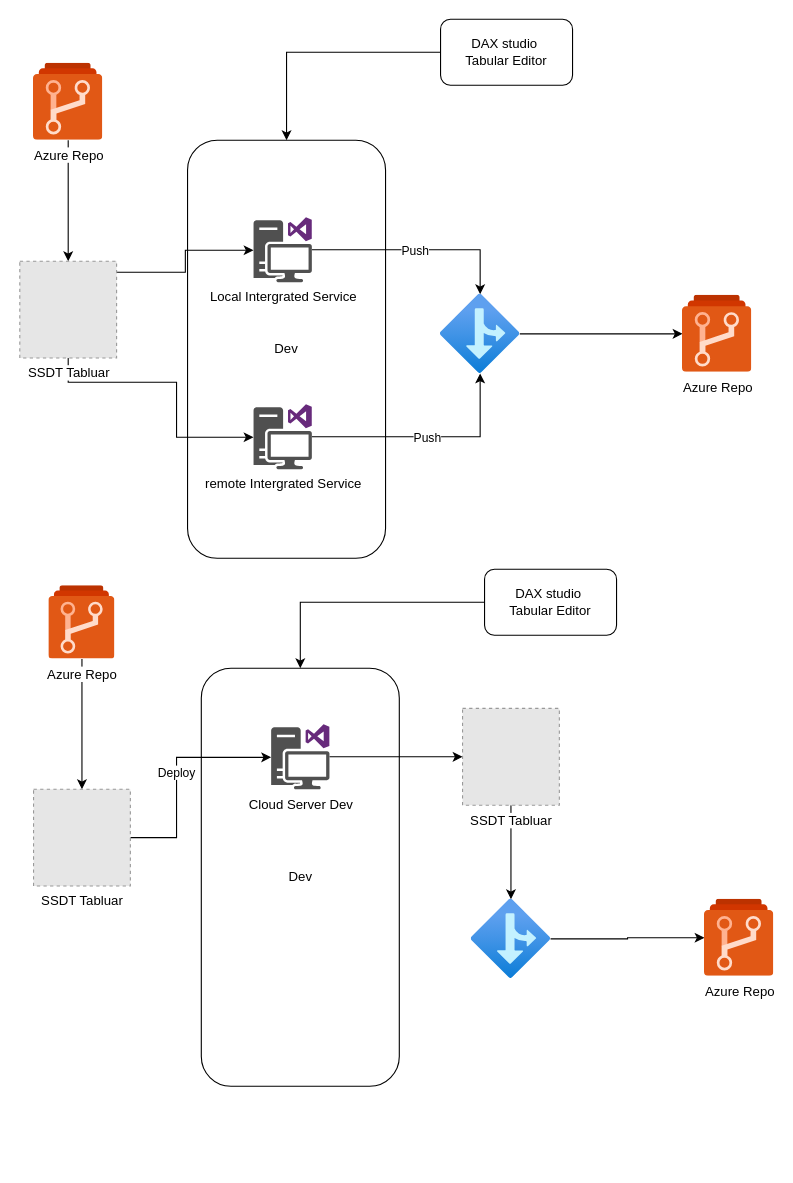
Ben47happyday/ben keeps this draw.io diagram as Untitled Diagram.drawio. Above is the earlier version. Source tidied: cells renumbered, new cells numbered last; positions are measured from the earlier drawing's top-left corner, leaving out a move shared by most shapes. Both pictures are drawn from the tidied source at 110%, with x=0, y=0 at pixel (20, 19). Pictures stored in the file or linked from it are replaced by grey dashed boxes.
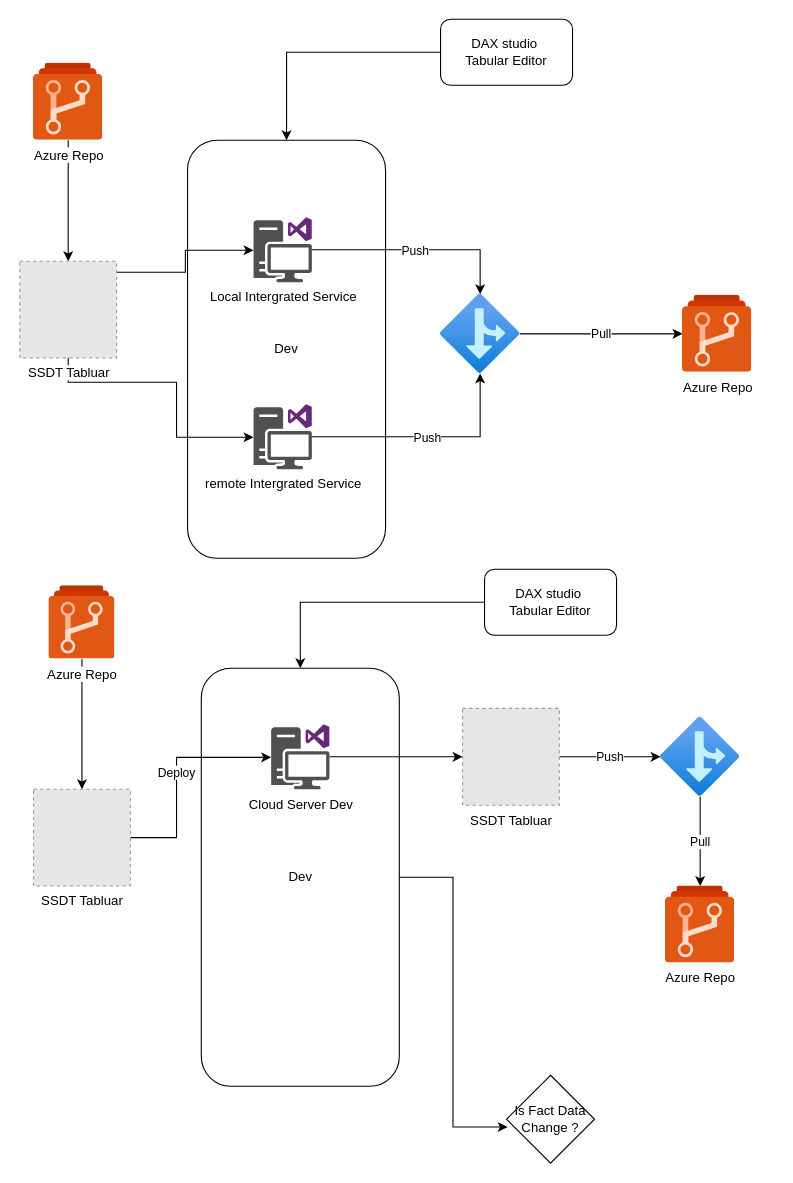
Above is the later version.

The change refers to these unchanged cells:
```xml
<mxCell id="15" style="html=1;points=[];align=center;image;fontSize=12;image=img/lib/azure2/general/Branch.svg;" parent="1" vertex="1">
  <mxGeometry x="382" y="250" width="72" height="72" as="geometry" />
</mxCell>
<mxCell id="16" value="Azure Repo&lt;br&gt;" style="sketch=0;html=1;points=[];align=center;image;fontSize=12;image=img/lib/mscae/Azure_Repos.svg;" parent="1" vertex="1">
  <mxGeometry x="602" y="251" width="63" height="70" as="geometry" />
</mxCell>
<mxCell id="17" value="Dev" style="rounded=1;whiteSpace=wrap;html=1;" parent="1" vertex="1">
  <mxGeometry x="164.5" y="590" width="180" height="380" as="geometry" />
</mxCell>
<mxCell id="32" value="SSDT Tabluar" style="fillColor=#E6E6E6;strokeColor=#999999;dashed=1;html=1;verticalAlign=top;verticalLabelPosition=bottom;labelBackgroundColor=#ffffff;" parent="1" vertex="1">
  <mxGeometry x="402" y="626.5" width="88" height="88" as="geometry" />
</mxCell>
```

The edit, as a diff of the source:
```diff
@@
-    <mxCell id="14" style="edgeStyle=orthogonalEdgeStyle;rounded=0;jettySize=auto;html=1;" parent="1" edge="1" source="15" target="16">
+    <mxCell id="14" value="Pull" style="edgeStyle=orthogonalEdgeStyle;rounded=0;jettySize=auto;html=1;" parent="1" edge="1" source="15" target="16">
       <mxGeometry relative="1" as="geometry" />
     </mxCell>
@@
+    <mxCell id="33" style="edgeStyle=orthogonalEdgeStyle;rounded=0;jettySize=auto;html=1;entryX=0.013;entryY=0.588;entryDx=0;entryDy=0;entryPerimeter=0;" parent="1" edge="1" source="17" target="34">
+      <mxGeometry relative="1" as="geometry" />
+    </mxCell>
@@
-    <mxCell id="24" style="edgeStyle=orthogonalEdgeStyle;rounded=0;jettySize=auto;html=1;" parent="1" edge="1" source="25" target="26">
+    <mxCell id="24" value="Pull" style="edgeStyle=orthogonalEdgeStyle;rounded=0;jettySize=auto;html=1;" parent="1" edge="1" source="25" target="26">
       <mxGeometry relative="1" as="geometry" />
     </mxCell>
     <mxCell id="25" style="html=1;points=[];align=center;image;fontSize=12;image=img/lib/azure2/general/Branch.svg;" parent="1" vertex="1">
-      <mxGeometry x="410" y="800" width="72" height="72" as="geometry" />
+      <mxGeometry x="582" y="634.5" width="72" height="72" as="geometry" />
     </mxCell>
     <mxCell id="26" value="Azure Repo&lt;br&gt;" style="sketch=0;html=1;points=[];align=center;image;fontSize=12;image=img/lib/mscae/Azure_Repos.svg;" parent="1" vertex="1">
-      <mxGeometry x="622" y="800" width="63" height="70" as="geometry" />
+      <mxGeometry x="586.5" y="788" width="63" height="70" as="geometry" />
     </mxCell>
@@
-    <mxCell id="31" style="edgeStyle=orthogonalEdgeStyle;rounded=0;jettySize=auto;html=1;" parent="1" edge="1" source="32" target="25">
+    <mxCell id="31" value="Push" style="edgeStyle=orthogonalEdgeStyle;rounded=0;jettySize=auto;html=1;" parent="1" edge="1" source="32" target="25">
       <mxGeometry relative="1" as="geometry" />
     </mxCell>
@@
+    <mxCell id="34" value="Is Fact Data Change ?" style="rhombus;whiteSpace=wrap;html=1;" parent="1" vertex="1">
+      <mxGeometry x="442" y="960" width="80" height="80" as="geometry" />
+    </mxCell>
```
